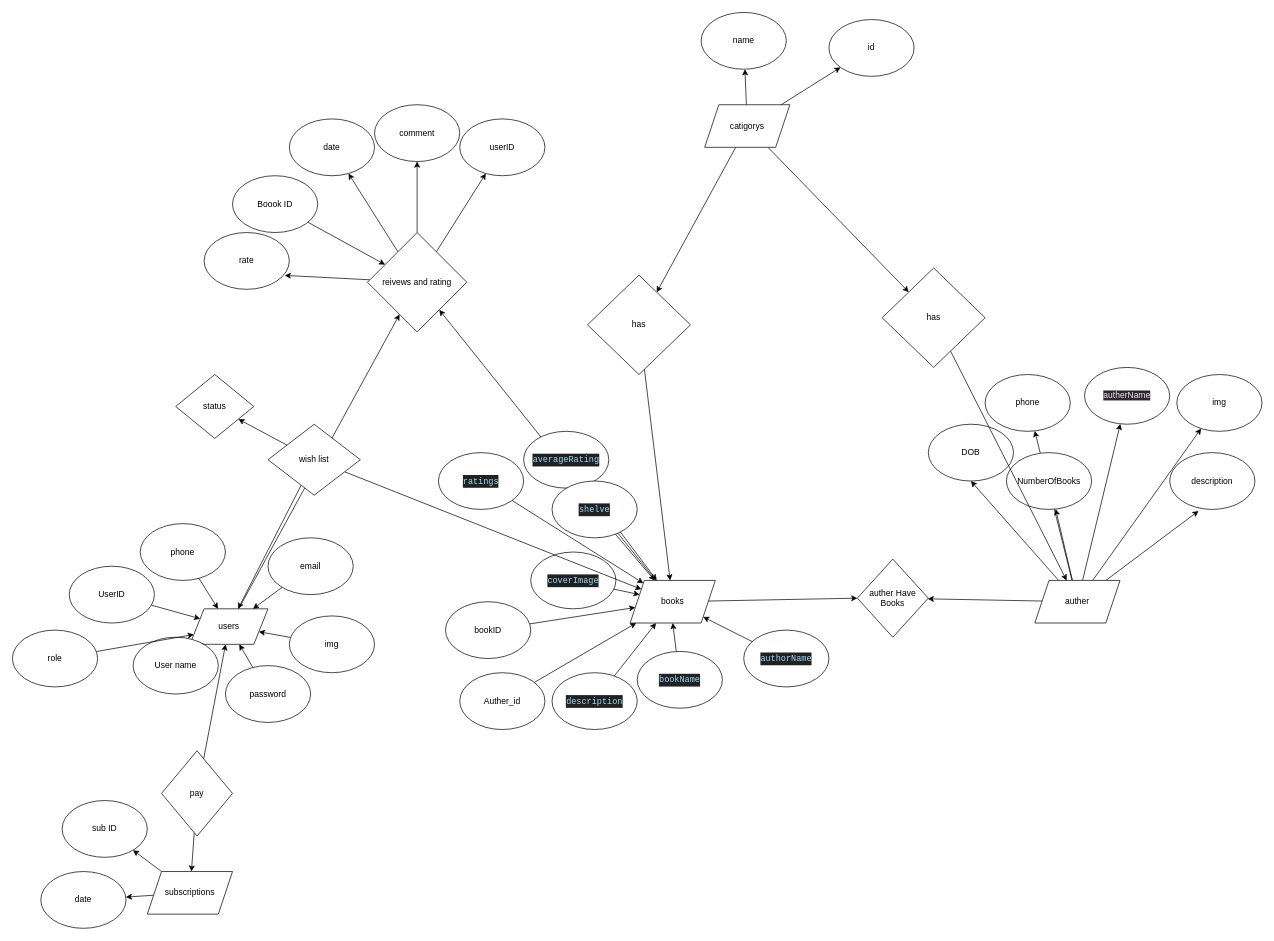
Above: ERD.drawio in Nizar-Esmat/Good-Reads-Application (draw.io), before the change. Source tidied: cells renumbered, new cells numbered last; positions are measured from the earlier drawing's top-left corner, leaving out a move shared by most shapes. Both pictures are drawn from the tidied source at 71%, with x=0, y=0 at pixel (12, 12).
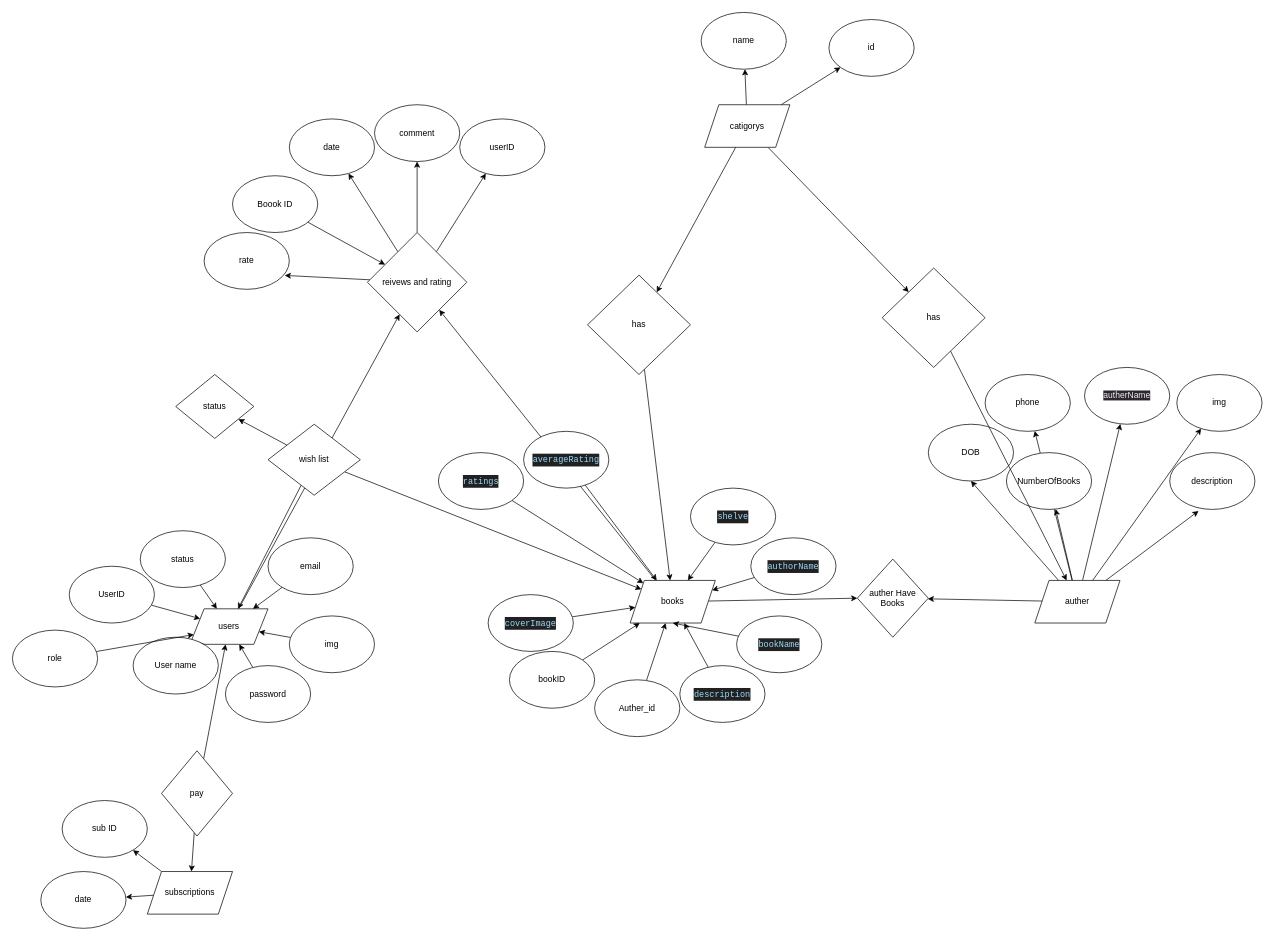
The same page after the edit.

Unchanged cells that the change refers to:
```xml
<mxCell id="3" value="users" style="shape=parallelogram;perimeter=parallelogramPerimeter;whiteSpace=wrap;html=1;fixedSize=1;size=20;" parent="1" vertex="1">
  <mxGeometry x="250" y="840" width="110" height="50" as="geometry" />
</mxCell>
```

What changed in the source:
```diff
@@
-    <mxCell id="12" style="edgeStyle=none;html=1;" parent="1" edge="1" source="13" target="3">
-      <mxGeometry relative="1" as="geometry" />
-    </mxCell>
-    <mxCell id="13" value="phone" style="ellipse;whiteSpace=wrap;html=1;" parent="1" vertex="1">
-      <mxGeometry x="180" y="720" width="120" height="80" as="geometry" />
-    </mxCell>
@@
     <mxCell id="18" value="&lt;div style=&quot;color: rgb(248, 248, 242); background-color: rgb(33, 33, 33); font-family: IBMPlexMono, monospace, &amp;quot;Droid Sans Fallback&amp;quot;, &amp;quot;Droid Sans Mono&amp;quot;, &amp;quot;monospace&amp;quot;, monospace; line-height: 18px;&quot;&gt;&lt;span style=&quot;color: #9cdcfe;&quot;&gt;bookName&lt;/span&gt;&lt;/div&gt;" style="ellipse;whiteSpace=wrap;html=1;" parent="1" vertex="1">
-      <mxGeometry x="880" y="900" width="120" height="80" as="geometry" />
+      <mxGeometry x="1020" y="850" width="120" height="80" as="geometry" />
     </mxCell>
@@
     <mxCell id="20" value="&lt;div style=&quot;color: rgb(248, 248, 242); background-color: rgb(33, 33, 33); font-family: IBMPlexMono, monospace, &amp;quot;Droid Sans Fallback&amp;quot;, &amp;quot;Droid Sans Mono&amp;quot;, &amp;quot;monospace&amp;quot;, monospace; line-height: 18px;&quot;&gt;&lt;span style=&quot;color: #9cdcfe;&quot;&gt;authorName&lt;/span&gt;&lt;/div&gt;" style="ellipse;whiteSpace=wrap;html=1;" parent="1" vertex="1">
-      <mxGeometry x="1030" y="870" width="120" height="80" as="geometry" />
+      <mxGeometry x="1040" y="740" width="120" height="80" as="geometry" />
     </mxCell>
@@
     <mxCell id="26" value="&lt;div style=&quot;color: rgb(248, 248, 242); background-color: rgb(33, 33, 33); font-family: IBMPlexMono, monospace, &amp;quot;Droid Sans Fallback&amp;quot;, &amp;quot;Droid Sans Mono&amp;quot;, &amp;quot;monospace&amp;quot;, monospace; font-weight: normal; font-size: 12px; line-height: 18px;&quot;&gt;&lt;div&gt;&lt;span style=&quot;color: #9cdcfe;&quot;&gt;description&lt;/span&gt;&lt;/div&gt;&lt;/div&gt;" style="ellipse;whiteSpace=wrap;html=1;" parent="1" vertex="1">
-      <mxGeometry x="760" y="930" width="120" height="80" as="geometry" />
+      <mxGeometry x="940" y="920" width="120" height="80" as="geometry" />
     </mxCell>
@@
     <mxCell id="28" value="&lt;div style=&quot;color: rgb(248, 248, 242); background-color: rgb(33, 33, 33); font-family: IBMPlexMono, monospace, &amp;quot;Droid Sans Fallback&amp;quot;, &amp;quot;Droid Sans Mono&amp;quot;, &amp;quot;monospace&amp;quot;, monospace; font-weight: normal; font-size: 12px; line-height: 18px;&quot;&gt;&lt;div&gt;&lt;span style=&quot;color: #9cdcfe;&quot;&gt;coverImage&lt;/span&gt;&lt;/div&gt;&lt;/div&gt;" style="ellipse;whiteSpace=wrap;html=1;" parent="1" vertex="1">
-      <mxGeometry x="730" y="760" width="120" height="80" as="geometry" />
+      <mxGeometry x="670" y="820" width="120" height="80" as="geometry" />
     </mxCell>
@@
     <mxCell id="30" value="&lt;div style=&quot;color: rgb(248, 248, 242); background-color: rgb(33, 33, 33); font-family: IBMPlexMono, monospace, &amp;quot;Droid Sans Fallback&amp;quot;, &amp;quot;Droid Sans Mono&amp;quot;, &amp;quot;monospace&amp;quot;, monospace; font-weight: normal; font-size: 12px; line-height: 18px;&quot;&gt;&lt;div&gt;&lt;span style=&quot;color: #9cdcfe;&quot;&gt;shelve&lt;/span&gt;&lt;/div&gt;&lt;/div&gt;" style="ellipse;whiteSpace=wrap;html=1;" parent="1" vertex="1">
-      <mxGeometry x="760" y="660" width="120" height="80" as="geometry" />
+      <mxGeometry x="955" y="670" width="120" height="80" as="geometry" />
     </mxCell>
@@
     <mxCell id="43" value="bookID" style="ellipse;whiteSpace=wrap;html=1;" parent="1" vertex="1">
-      <mxGeometry x="610" y="830" width="120" height="80" as="geometry" />
+      <mxGeometry x="700" y="900" width="120" height="80" as="geometry" />
     </mxCell>
@@
     <mxCell id="45" value="Auther_id" style="ellipse;whiteSpace=wrap;html=1;" parent="1" vertex="1">
-      <mxGeometry x="630" y="930" width="120" height="80" as="geometry" />
+      <mxGeometry x="820" y="940" width="120" height="80" as="geometry" />
     </mxCell>
@@
+    <mxCell id="89" style="edgeStyle=none;html=1;" parent="1" edge="1" source="90" target="3">
+      <mxGeometry relative="1" as="geometry" />
+    </mxCell>
+    <mxCell id="90" value="status" style="ellipse;whiteSpace=wrap;html=1;" parent="1" vertex="1">
+      <mxGeometry x="180" y="730" width="120" height="80" as="geometry" />
+    </mxCell>
```
